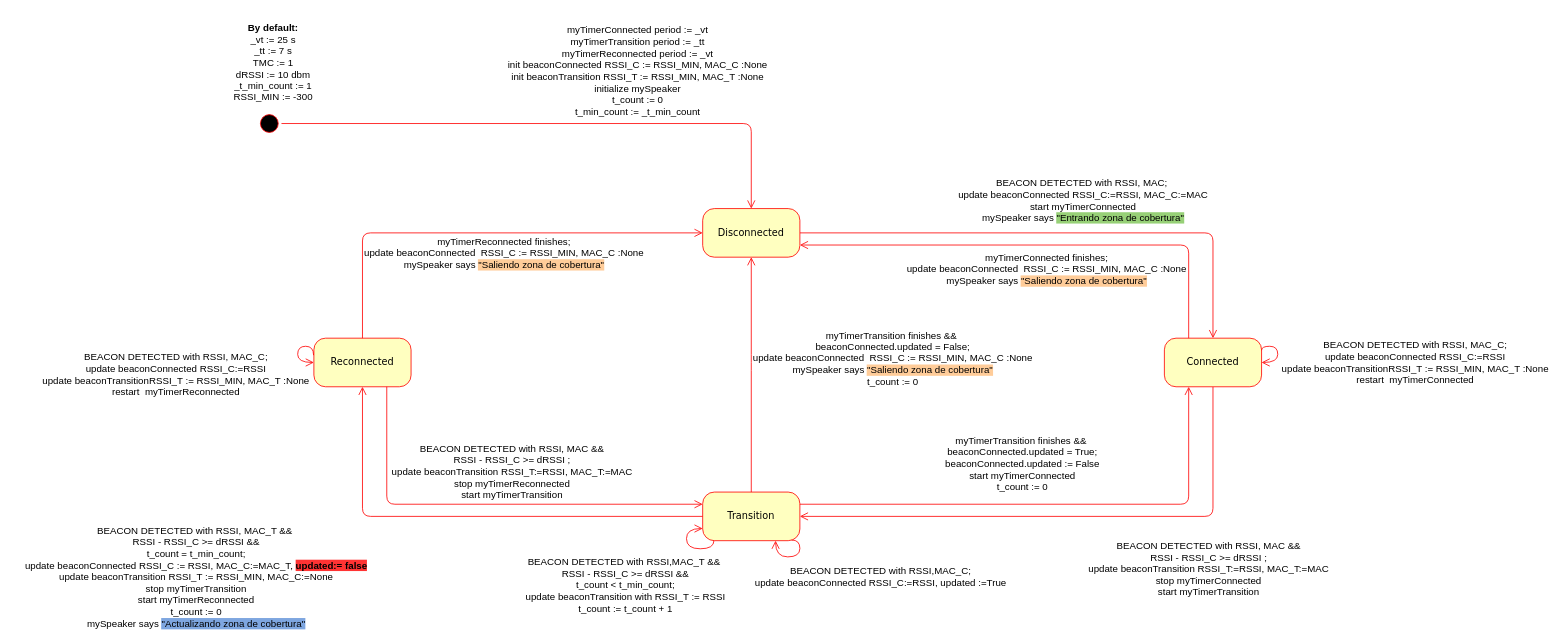
Before: areasVisor.drawio in CesarRodriguez14/Tag_Vehiculo_4_0_Diagramas, a draw.io diagram. Source tidied: cells renumbered, new cells numbered last; positions are measured from the earlier drawing's top-left corner, leaving out a move shared by most shapes. Both pictures are drawn from the tidied source at 81%, with x=0, y=0 at pixel (14, 14).
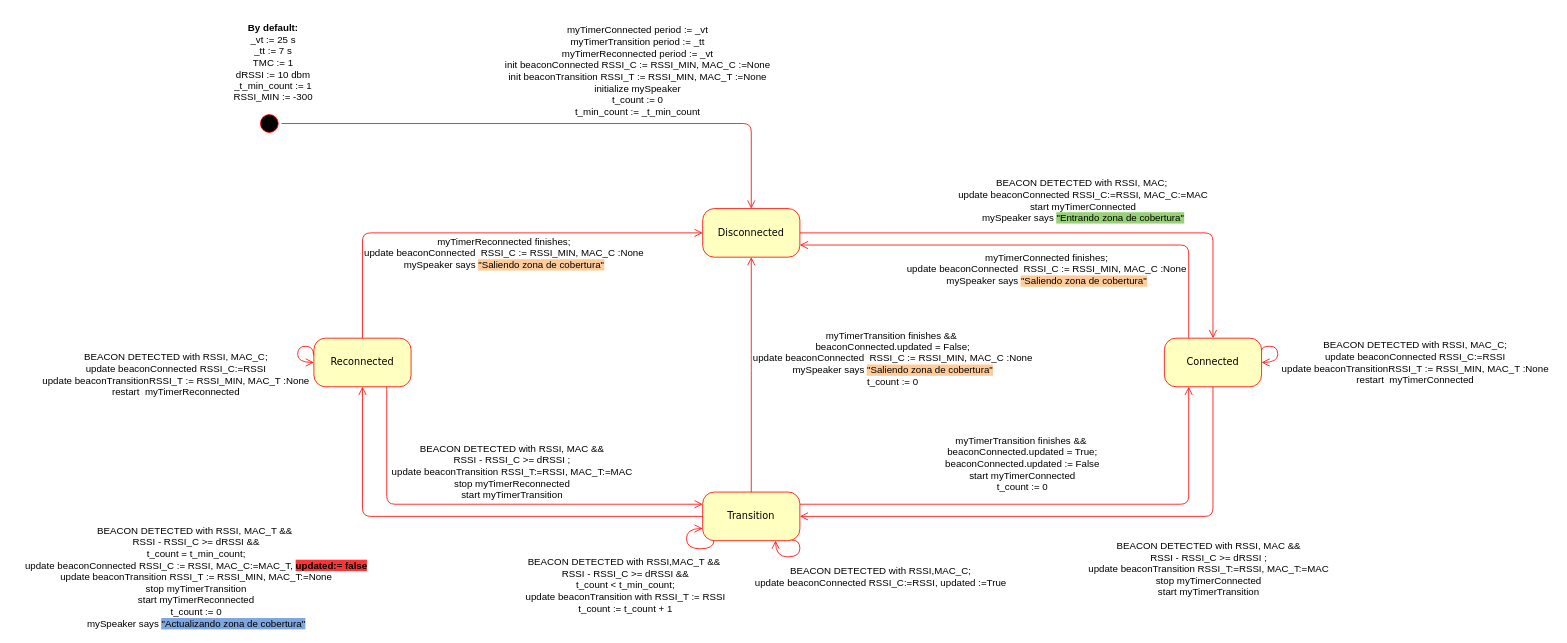
Above is the later version.

The edit, as a diff of the source:
```diff
@@
-    <mxCell id="13" value="myTimerConnected period := _vt&lt;div&gt;myTimerTransition period := _tt&lt;/div&gt;&lt;div&gt;myTimerReconnected period := _vt&lt;/div&gt;&lt;div&gt;init beaconConnected RSSI_C := RSSI_MIN, MAC_C :None&lt;/div&gt;&lt;div&gt;init beaconTransition&amp;nbsp;&lt;span style=&quot;background-color: transparent; color: light-dark(rgb(0, 0, 0), rgb(255, 255, 255));&quot;&gt;RSSI_T := RSSI_MIN,&amp;nbsp;&lt;/span&gt;&lt;span style=&quot;background-color: transparent; color: light-dark(rgb(0, 0, 0), rgb(255, 255, 255));&quot;&gt;MAC_T :None&lt;/span&gt;&lt;/div&gt;&lt;div&gt;initialize mySpeaker&lt;/div&gt;&lt;div&gt;t_count := 0&lt;/div&gt;&lt;div&gt;t_min_count := _t_min_count&lt;/div&gt;" style="text;html=1;align=center;verticalAlign=middle;whiteSpace=wrap;rounded=0;" parent="1" vertex="1">
+    <mxCell id="13" value="myTimerConnected period := _vt&lt;div&gt;myTimerTransition period := _tt&lt;/div&gt;&lt;div&gt;myTimerReconnected period := _vt&lt;/div&gt;&lt;div&gt;init beaconConnected RSSI_C := RSSI_MIN, MAC_C :=None&lt;/div&gt;&lt;div&gt;init beaconTransition&amp;nbsp;&lt;span style=&quot;background-color: transparent; color: light-dark(rgb(0, 0, 0), rgb(255, 255, 255));&quot;&gt;RSSI_T := RSSI_MIN,&amp;nbsp;&lt;/span&gt;&lt;span style=&quot;background-color: transparent; color: light-dark(rgb(0, 0, 0), rgb(255, 255, 255));&quot;&gt;MAC_T :=None&lt;/span&gt;&lt;/div&gt;&lt;div&gt;initialize mySpeaker&lt;/div&gt;&lt;div&gt;t_count := 0&lt;/div&gt;&lt;div&gt;t_min_count := _t_min_count&lt;/div&gt;" style="text;html=1;align=center;verticalAlign=middle;whiteSpace=wrap;rounded=0;" parent="1" vertex="1">
       <mxGeometry x="560" y="20" width="420" height="100" as="geometry" />
     </mxCell>
@@
-    <mxCell id="18" value="BEACON DETECTED with RSSI, MAC_T &amp;amp;&amp;amp;&amp;nbsp;&lt;div&gt;RSSI - RSSI_C &amp;gt;= dRSSI &amp;amp;&amp;amp;&lt;/div&gt;&lt;div&gt;t_count = t_min_count;&lt;div&gt;update beaconConnected RSSI_C := RSSI, MAC_C:=MAC_T, &lt;b style=&quot;background-color: rgb(255, 51, 51);&quot;&gt;updated:= false&lt;/b&gt;&lt;/div&gt;&lt;div&gt;update beaconTransition RSSI_T := RSSI_MIN, MAC_C:=None&lt;/div&gt;&lt;div&gt;&lt;div&gt;stop myTimerTransition&lt;/div&gt;&lt;div&gt;start myTimerReconnected&lt;/div&gt;&lt;div&gt;t_count := 0&lt;/div&gt;&lt;/div&gt;&lt;/div&gt;&lt;div&gt;mySpeaker says &lt;span style=&quot;background-color: rgb(126, 166, 224);&quot;&gt;&quot;Actualizando zona de cobertura&quot;&lt;/span&gt;&lt;/div&gt;" style="text;html=1;align=center;verticalAlign=middle;whiteSpace=wrap;rounded=0;" parent="1" vertex="1">
+    <mxCell id="18" value="BEACON DETECTED with RSSI, MAC_T &amp;amp;&amp;amp;&amp;nbsp;&lt;div&gt;RSSI - RSSI_C &amp;gt;= dRSSI &amp;amp;&amp;amp;&lt;/div&gt;&lt;div&gt;t_count = t_min_count;&lt;div&gt;update beaconConnected RSSI_C := RSSI, MAC_C:=MAC_T, &lt;b style=&quot;background-color: rgb(255, 51, 51);&quot;&gt;updated:= false&lt;/b&gt;&lt;/div&gt;&lt;div&gt;update beaconTransition RSSI_T := RSSI_MIN, MAC_T:=None&lt;/div&gt;&lt;div&gt;&lt;div&gt;stop myTimerTransition&lt;/div&gt;&lt;div&gt;start myTimerReconnected&lt;/div&gt;&lt;div&gt;t_count := 0&lt;/div&gt;&lt;/div&gt;&lt;/div&gt;&lt;div&gt;mySpeaker says &lt;span style=&quot;background-color: rgb(126, 166, 224);&quot;&gt;&quot;Actualizando zona de cobertura&quot;&lt;/span&gt;&lt;/div&gt;" style="text;html=1;align=center;verticalAlign=middle;whiteSpace=wrap;rounded=0;" parent="1" vertex="1">
       <mxGeometry y="630" width="450" height="130" as="geometry" />
     </mxCell>
```
